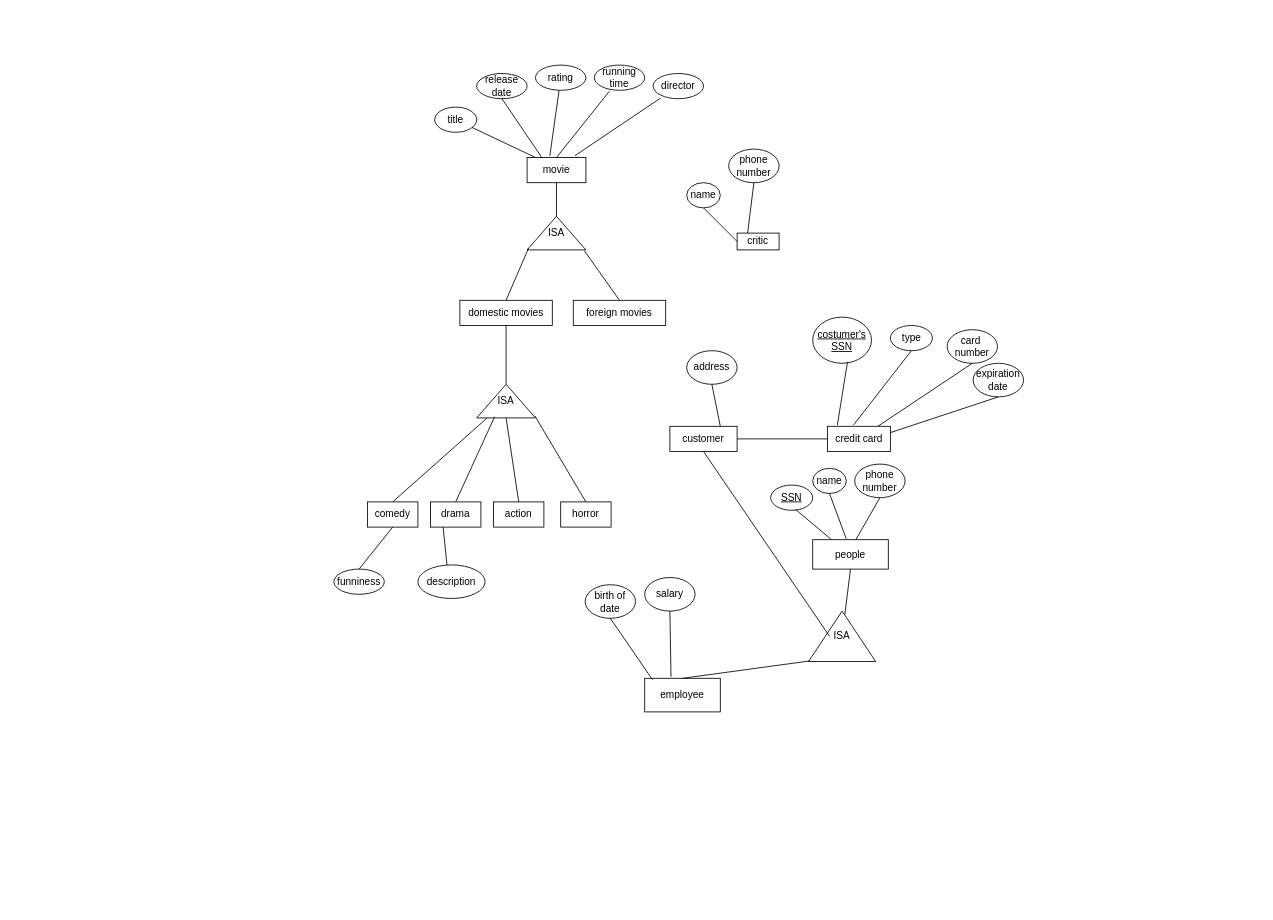
jamessu1201/Database_System keeps this draw.io diagram as hw2_part6A.drawio. Above is the earlier version. Source tidied: cells renumbered, new cells numbered last; positions are measured from the earlier drawing's top-left corner, leaving out a move shared by most shapes. Both pictures are drawn from the tidied source at 84%, with x=0, y=0 at pixel (333, 65).
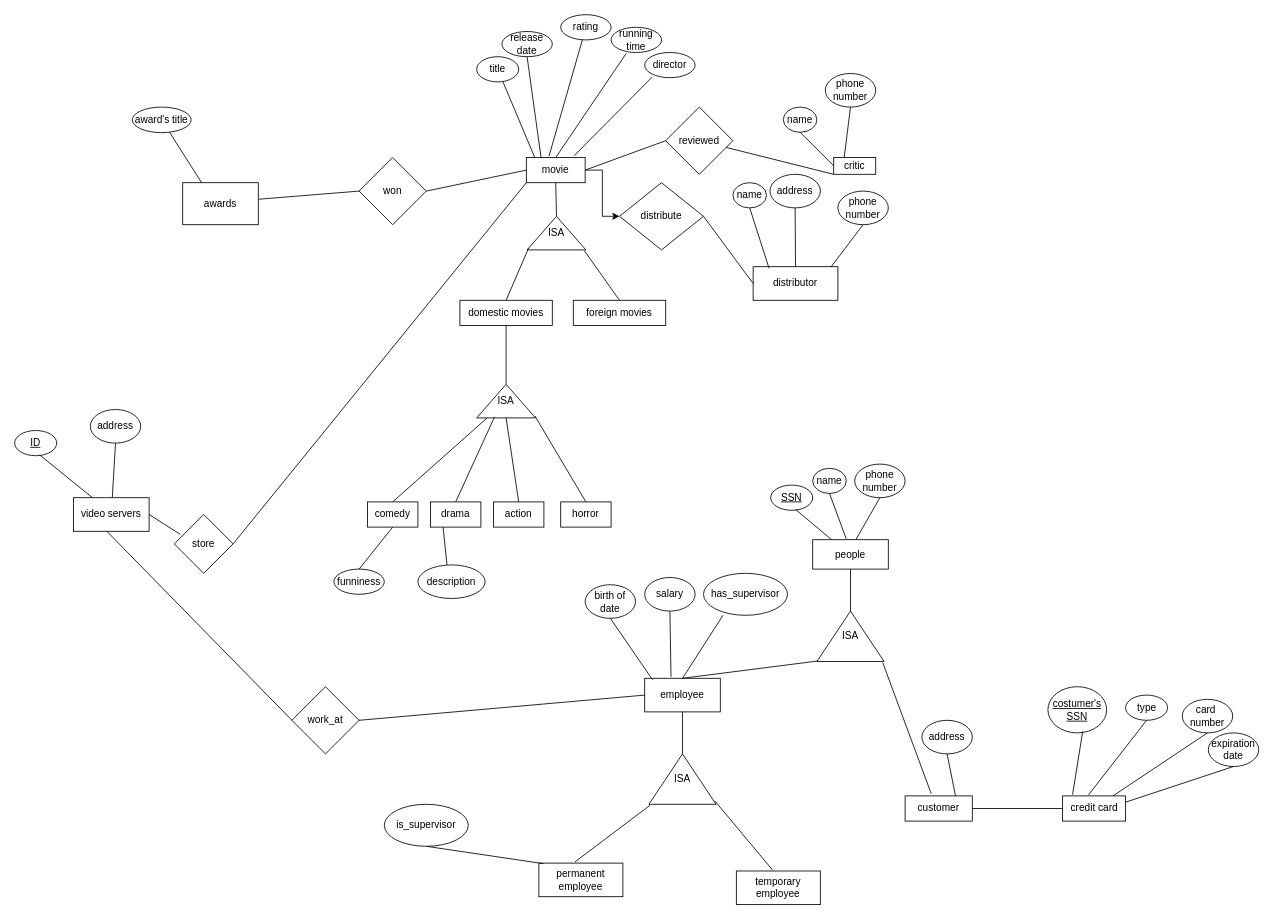
The same diagram, later.

Unchanged cells that the change refers to:
```xml
<mxCell id="58" value="employee" style="rounded=0;whiteSpace=wrap;html=1;" parent="1" vertex="1">
  <mxGeometry x="370" y="730" width="90" height="40" as="geometry" />
</mxCell>
```

Change to the diagram source:
```diff
@@
+    <mxCell id="69" style="edgeStyle=orthogonalEdgeStyle;rounded=0;jettySize=auto;html=1;" parent="1" edge="1" source="2" target="92">
+      <mxGeometry relative="1" as="geometry" />
+    </mxCell>
     <mxCell id="2" value="movie" style="rounded=0;whiteSpace=wrap;html=1;" parent="1" vertex="1">
-      <mxGeometry x="230" y="110" width="70" height="30" as="geometry" />
+      <mxGeometry x="229.1" y="110" width="70" height="30" as="geometry" />
     </mxCell>
     <mxCell id="3" value="title" style="ellipse;whiteSpace=wrap;html=1;" parent="1" vertex="1">
-      <mxGeometry x="120" y="50" width="50" height="30" as="geometry" />
+      <mxGeometry x="170" y="-10" width="50" height="30" as="geometry" />
     </mxCell>
@@
     <mxCell id="5" value="release date" style="ellipse;whiteSpace=wrap;html=1;" parent="1" vertex="1">
-      <mxGeometry x="170" y="10" width="60" height="30" as="geometry" />
+      <mxGeometry x="200" y="-40" width="60" height="30" as="geometry" />
     </mxCell>
@@
     <mxCell id="7" value="rating" style="ellipse;whiteSpace=wrap;html=1;" parent="1" vertex="1">
-      <mxGeometry x="240" width="60" height="30" as="geometry" />
+      <mxGeometry x="270" y="-60" width="60" height="30" as="geometry" />
     </mxCell>
@@
     <mxCell id="9" value="running time" style="ellipse;whiteSpace=wrap;html=1;" parent="1" vertex="1">
-      <mxGeometry x="310" width="60" height="30" as="geometry" />
+      <mxGeometry x="330" y="-45" width="60" height="30" as="geometry" />
     </mxCell>
@@
     <mxCell id="11" value="director" style="ellipse;whiteSpace=wrap;html=1;" parent="1" vertex="1">
-      <mxGeometry x="380" y="10" width="60" height="30" as="geometry" />
+      <mxGeometry x="370" y="-15" width="60" height="30" as="geometry" />
     </mxCell>
@@
     <mxCell id="33" value="critic" style="rounded=0;whiteSpace=wrap;html=1;" parent="1" vertex="1">
-      <mxGeometry x="480" y="200" width="50" height="20" as="geometry" />
+      <mxGeometry x="595" y="110" width="50" height="20" as="geometry" />
     </mxCell>
     <mxCell id="34" value="name" style="ellipse;whiteSpace=wrap;html=1;" parent="1" vertex="1">
-      <mxGeometry x="420" y="140" width="40" height="30" as="geometry" />
+      <mxGeometry x="535" y="50" width="40" height="30" as="geometry" />
     </mxCell>
@@
     <mxCell id="36" value="phone number" style="ellipse;whiteSpace=wrap;html=1;" parent="1" vertex="1">
-      <mxGeometry x="470" y="100" width="60" height="40" as="geometry" />
+      <mxGeometry x="585" y="10" width="60" height="40" as="geometry" />
     </mxCell>
@@
     <mxCell id="38" value="customer" style="rounded=0;whiteSpace=wrap;html=1;" parent="1" vertex="1">
-      <mxGeometry x="400" y="430" width="80" height="30" as="geometry" />
+      <mxGeometry x="680" y="870" width="80" height="30" as="geometry" />
     </mxCell>
@@
     <mxCell id="45" value="address" style="ellipse;whiteSpace=wrap;html=1;" parent="1" vertex="1">
-      <mxGeometry x="420" y="340" width="60" height="40" as="geometry" />
+      <mxGeometry x="700" y="780" width="60" height="40" as="geometry" />
     </mxCell>
@@
     <mxCell id="47" value="credit card" style="rounded=0;whiteSpace=wrap;html=1;" parent="1" vertex="1">
-      <mxGeometry x="587.5" y="430" width="75" height="30" as="geometry" />
+      <mxGeometry x="867.5" y="870" width="75" height="30" as="geometry" />
     </mxCell>
@@
     <mxCell id="50" value="&lt;u&gt;costumer's SSN&lt;/u&gt;" style="ellipse;whiteSpace=wrap;html=1;" parent="1" vertex="1">
-      <mxGeometry x="570" y="300" width="70" height="55" as="geometry" />
+      <mxGeometry x="850" y="740" width="70" height="55" as="geometry" />
     </mxCell>
@@
     <mxCell id="52" value="type" style="ellipse;whiteSpace=wrap;html=1;" parent="1" vertex="1">
-      <mxGeometry x="662.5" y="310" width="50" height="30" as="geometry" />
+      <mxGeometry x="942.5" y="750" width="50" height="30" as="geometry" />
     </mxCell>
@@
     <mxCell id="54" value="card&amp;nbsp; number" style="ellipse;whiteSpace=wrap;html=1;" parent="1" vertex="1">
-      <mxGeometry x="730" y="315" width="60" height="40" as="geometry" />
+      <mxGeometry x="1010" y="755" width="60" height="40" as="geometry" />
     </mxCell>
@@
     <mxCell id="56" value="expiration date" style="ellipse;whiteSpace=wrap;html=1;" parent="1" vertex="1">
-      <mxGeometry x="761" y="355" width="60" height="40" as="geometry" />
+      <mxGeometry x="1041" y="795" width="60" height="40" as="geometry" />
     </mxCell>
@@
     <mxCell id="62" value="ISA" style="triangle;whiteSpace=wrap;html=1;direction=north;" parent="1" vertex="1">
-      <mxGeometry x="565" y="650" width="80" height="60" as="geometry" />
+      <mxGeometry x="575" y="650" width="80" height="60" as="geometry" />
     </mxCell>
-    <mxCell id="63" style="endArrow=none;html=1;rounded=0;entryX=0.5;entryY=0.313;entryDx=0;entryDy=0;entryPerimeter=0;exitX=0.5;exitY=1;exitDx=0;exitDy=0;" parent="1" edge="1" source="38" target="62">
+    <mxCell id="63" style="endArrow=none;html=1;rounded=0;entryX=-0.023;entryY=0.98;entryDx=0;entryDy=0;entryPerimeter=0;exitX=0.388;exitY=-0.092;exitDx=0;exitDy=0;exitPerimeter=0;" parent="1" edge="1" source="38" target="62">
       <mxGeometry relative="1" as="geometry" />
     </mxCell>
@@
+    <mxCell id="70" style="endArrow=none;html=1;rounded=0;exitX=0.5;exitY=0;exitDx=0;exitDy=0;entryX=0.232;entryY=1;entryDx=0;entryDy=0;entryPerimeter=0;" parent="1" edge="1" source="58" target="71">
+      <mxGeometry relative="1" as="geometry" />
+    </mxCell>
+    <mxCell id="71" value="has_supervisor" style="ellipse;whiteSpace=wrap;html=1;" parent="1" vertex="1">
+      <mxGeometry x="440" y="605" width="100" height="50" as="geometry" />
+    </mxCell>
+    <mxCell id="72" style="endArrow=none;html=1;rounded=0;entryX=0.5;entryY=1;entryDx=0;entryDy=0;exitX=1;exitY=0.5;exitDx=0;exitDy=0;" parent="1" edge="1" source="73" target="58">
+      <mxGeometry relative="1" as="geometry" />
+    </mxCell>
+    <mxCell id="73" value="ISA" style="triangle;whiteSpace=wrap;html=1;direction=north;" parent="1" vertex="1">
+      <mxGeometry x="375" y="820" width="80" height="60" as="geometry" />
+    </mxCell>
+    <mxCell id="74" value="permanent employee" style="rounded=0;whiteSpace=wrap;html=1;" parent="1" vertex="1">
+      <mxGeometry x="244" y="950" width="100" height="40" as="geometry" />
+    </mxCell>
+    <mxCell id="75" style="endArrow=none;html=1;rounded=0;entryX=-0.017;entryY=0.019;entryDx=0;entryDy=0;entryPerimeter=0;exitX=0.429;exitY=-0.034;exitDx=0;exitDy=0;exitPerimeter=0;" parent="1" edge="1" source="74" target="73">
+      <mxGeometry relative="1" as="geometry" />
+    </mxCell>
+    <mxCell id="76" value="temporary employee" style="rounded=0;whiteSpace=wrap;html=1;" parent="1" vertex="1">
+      <mxGeometry x="479.1" y="959.4" width="100" height="40" as="geometry" />
+    </mxCell>
+    <mxCell id="77" style="endArrow=none;html=1;rounded=0;entryX=0.063;entryY=0.984;entryDx=0;entryDy=0;entryPerimeter=0;exitX=0.429;exitY=-0.034;exitDx=0;exitDy=0;exitPerimeter=0;" parent="1" edge="1" source="76" target="73">
+      <mxGeometry relative="1" as="geometry" />
+    </mxCell>
+    <mxCell id="78" value="reviewed" style="rhombus;whiteSpace=wrap;html=1;" parent="1" vertex="1">
+      <mxGeometry x="395" y="50" width="80" height="80" as="geometry" />
+    </mxCell>
+    <mxCell id="79" style="endArrow=none;html=1;rounded=0;entryX=1;entryY=0.5;entryDx=0;entryDy=0;exitX=0;exitY=0.5;exitDx=0;exitDy=0;" parent="1" edge="1" source="78" target="2">
+      <mxGeometry relative="1" as="geometry" />
+    </mxCell>
+    <mxCell id="80" style="endArrow=none;html=1;rounded=0;entryX=0;entryY=1;entryDx=0;entryDy=0;" parent="1" edge="1" source="78" target="33">
+      <mxGeometry relative="1" as="geometry" />
+    </mxCell>
+    <mxCell id="81" value="won" style="rhombus;whiteSpace=wrap;html=1;" parent="1" vertex="1">
+      <mxGeometry x="30" y="110" width="80" height="80" as="geometry" />
+    </mxCell>
+    <mxCell id="82" style="endArrow=none;html=1;rounded=0;entryX=0;entryY=0.5;entryDx=0;entryDy=0;exitX=1;exitY=0.5;exitDx=0;exitDy=0;" parent="1" edge="1" source="81" target="2">
+      <mxGeometry relative="1" as="geometry" />
+    </mxCell>
+    <mxCell id="83" value="awards" style="rounded=0;whiteSpace=wrap;html=1;" parent="1" vertex="1">
+      <mxGeometry x="-180" y="140" width="90" height="50" as="geometry" />
+    </mxCell>
+    <mxCell id="84" style="endArrow=none;html=1;rounded=0;entryX=0;entryY=0.5;entryDx=0;entryDy=0;exitX=1.01;exitY=0.393;exitDx=0;exitDy=0;exitPerimeter=0;" parent="1" edge="1" source="83" target="81">
+      <mxGeometry relative="1" as="geometry" />
+    </mxCell>
+    <mxCell id="85" value="award's title" style="ellipse;whiteSpace=wrap;html=1;" parent="1" vertex="1">
+      <mxGeometry x="-240" y="50" width="70" height="30.4" as="geometry" />
+    </mxCell>
+    <mxCell id="86" style="endArrow=none;html=1;rounded=0;exitX=0.25;exitY=0;exitDx=0;exitDy=0;" parent="1" edge="1" source="83" target="85">
+      <mxGeometry relative="1" as="geometry" />
+    </mxCell>
+    <mxCell id="87" value="video servers" style="rounded=0;whiteSpace=wrap;html=1;" parent="1" vertex="1">
+      <mxGeometry x="-310" y="515" width="90" height="40" as="geometry" />
+    </mxCell>
+    <mxCell id="88" value="&lt;u&gt;ID&lt;/u&gt;" style="ellipse;whiteSpace=wrap;html=1;" parent="1" vertex="1">
+      <mxGeometry x="-380" y="435" width="50" height="30" as="geometry" />
+    </mxCell>
+    <mxCell id="89" style="endArrow=none;html=1;rounded=0;entryX=0.592;entryY=0.966;entryDx=0;entryDy=0;entryPerimeter=0;exitX=0.25;exitY=0;exitDx=0;exitDy=0;" parent="1" edge="1" source="87" target="88">
+      <mxGeometry relative="1" as="geometry" />
+    </mxCell>
+    <mxCell id="90" value="address" style="ellipse;whiteSpace=wrap;html=1;" parent="1" vertex="1">
+      <mxGeometry x="-290" y="410" width="60" height="40" as="geometry" />
+    </mxCell>
+    <mxCell id="91" style="endArrow=none;html=1;rounded=0;entryX=0.5;entryY=1;entryDx=0;entryDy=0;" parent="1" edge="1" source="87" target="90">
+      <mxGeometry relative="1" as="geometry" />
+    </mxCell>
+    <mxCell id="92" value="distribute" style="rhombus;whiteSpace=wrap;html=1;" parent="1" vertex="1">
+      <mxGeometry x="340" y="140" width="100" height="80" as="geometry" />
+    </mxCell>
+    <mxCell id="93" value="distributor" style="rounded=0;whiteSpace=wrap;html=1;" parent="1" vertex="1">
+      <mxGeometry x="499.1" y="240" width="100.9" height="40" as="geometry" />
+    </mxCell>
+    <mxCell id="94" style="endArrow=none;html=1;rounded=0;entryX=0;entryY=0.5;entryDx=0;entryDy=0;exitX=1;exitY=0.5;exitDx=0;exitDy=0;" parent="1" edge="1" source="92" target="93">
+      <mxGeometry relative="1" as="geometry" />
+    </mxCell>
+    <mxCell id="95" value="name" style="ellipse;whiteSpace=wrap;html=1;" parent="1" vertex="1">
+      <mxGeometry x="475" y="140" width="40" height="30" as="geometry" />
+    </mxCell>
+    <mxCell id="96" style="endArrow=none;html=1;rounded=0;entryX=0.5;entryY=1;entryDx=0;entryDy=0;exitX=0.187;exitY=0.043;exitDx=0;exitDy=0;exitPerimeter=0;" parent="1" edge="1" source="93" target="95">
+      <mxGeometry relative="1" as="geometry" />
+    </mxCell>
+    <mxCell id="97" value="phone number" style="ellipse;whiteSpace=wrap;html=1;" parent="1" vertex="1">
+      <mxGeometry x="600" y="150" width="60" height="40" as="geometry" />
+    </mxCell>
+    <mxCell id="98" style="endArrow=none;html=1;rounded=0;entryX=0.5;entryY=1;entryDx=0;entryDy=0;exitX=0.918;exitY=0.009;exitDx=0;exitDy=0;exitPerimeter=0;" parent="1" edge="1" source="93" target="97">
+      <mxGeometry relative="1" as="geometry" />
+    </mxCell>
+    <mxCell id="99" value="address" style="ellipse;whiteSpace=wrap;html=1;" parent="1" vertex="1">
+      <mxGeometry x="519.1" y="130" width="60" height="40" as="geometry" />
+    </mxCell>
+    <mxCell id="100" style="endArrow=none;html=1;rounded=0;entryX=0.5;entryY=1;entryDx=0;entryDy=0;exitX=0.5;exitY=0;exitDx=0;exitDy=0;" parent="1" edge="1" source="93" target="99">
+      <mxGeometry relative="1" as="geometry" />
+    </mxCell>
+    <mxCell id="101" value="store" style="rhombus;whiteSpace=wrap;html=1;" parent="1" vertex="1">
+      <mxGeometry x="-190" y="535" width="70" height="70" as="geometry" />
+    </mxCell>
+    <mxCell id="102" style="endArrow=none;html=1;rounded=0;entryX=1;entryY=0.5;entryDx=0;entryDy=0;exitX=0.101;exitY=0.337;exitDx=0;exitDy=0;exitPerimeter=0;" parent="1" edge="1" source="101" target="87">
+      <mxGeometry relative="1" as="geometry" />
+    </mxCell>
+    <mxCell id="103" style="endArrow=none;html=1;rounded=0;entryX=1;entryY=0.5;entryDx=0;entryDy=0;exitX=0;exitY=1;exitDx=0;exitDy=0;" parent="1" edge="1" source="2" target="101">
+      <mxGeometry relative="1" as="geometry" />
+    </mxCell>
+    <mxCell id="104" style="endArrow=none;html=1;rounded=0;exitX=0.055;exitY=0.017;exitDx=0;exitDy=0;entryX=0.5;entryY=1;entryDx=0;entryDy=0;exitPerimeter=0;" parent="1" edge="1" source="74" target="105">
+      <mxGeometry relative="1" as="geometry" />
+    </mxCell>
+    <mxCell id="105" value="is_supervisor" style="ellipse;whiteSpace=wrap;html=1;" parent="1" vertex="1">
+      <mxGeometry x="60" y="880" width="100" height="50" as="geometry" />
+    </mxCell>
+    <mxCell id="106" value="work_at" style="rhombus;whiteSpace=wrap;html=1;" parent="1" vertex="1">
+      <mxGeometry x="-50" y="740" width="80" height="80" as="geometry" />
+    </mxCell>
+    <mxCell id="107" style="endArrow=none;html=1;rounded=0;entryX=0;entryY=0.5;entryDx=0;entryDy=0;exitX=1;exitY=0.5;exitDx=0;exitDy=0;" parent="1" edge="1" source="106" target="58">
+      <mxGeometry relative="1" as="geometry" />
+    </mxCell>
+    <mxCell id="108" style="endArrow=none;html=1;rounded=0;entryX=0.447;entryY=1.013;entryDx=0;entryDy=0;entryPerimeter=0;exitX=0;exitY=0.5;exitDx=0;exitDy=0;" parent="1" edge="1" source="106" target="87">
+      <mxGeometry relative="1" as="geometry" />
+    </mxCell>
```
